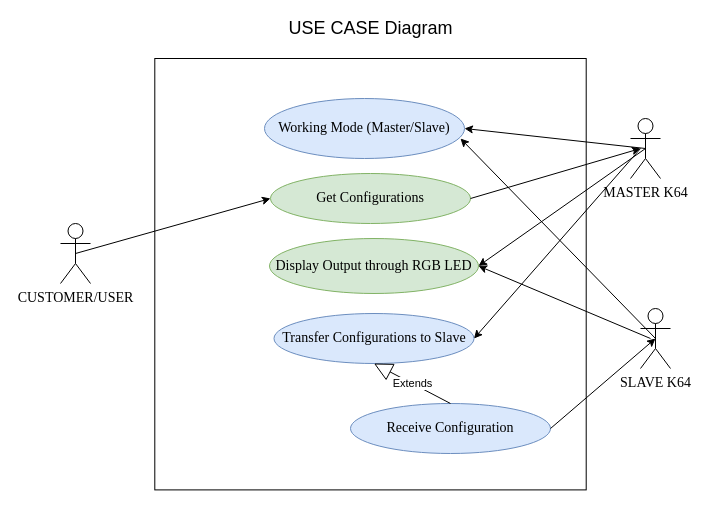
francis-job/BLOCK_DIAGRAMS keeps this draw.io diagram as LARA_usecase.drawio. Above is the earlier version. Source tidied: cells renumbered, new cells numbered last; positions are measured from the earlier drawing's top-left corner, leaving out a move shared by most shapes. Both pictures are drawn from the tidied source at 100%, with x=0, y=0 at pixel (60, 18).
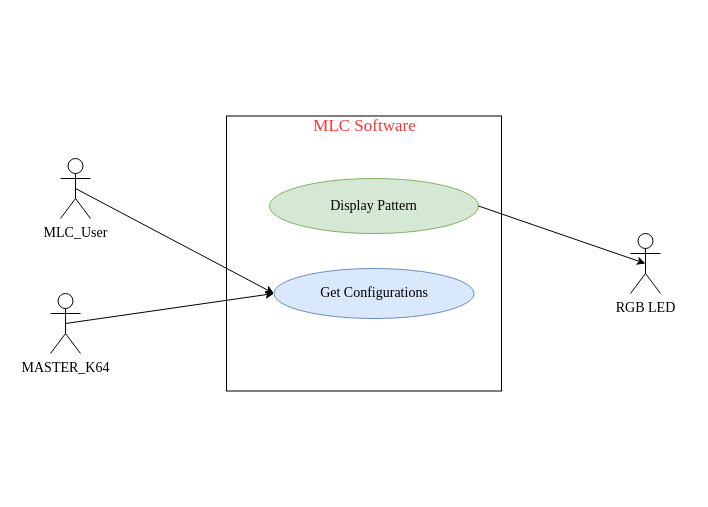
Above is the later version.

The edit, as a diff of the source:
```diff
@@
     <mxCell id="2" style="whiteSpace=wrap;html=1;" parent="1" vertex="1">
-      <mxGeometry x="94.3" y="40" width="431.4" height="431.4" as="geometry" />
+      <mxGeometry x="166" y="97.5" width="275" height="275" as="geometry" />
     </mxCell>
-    <mxCell id="3" value="&lt;font style=&quot;font-size: 14px&quot; face=&quot;Times New Roman&quot;&gt;Working Mode (Master/Slave)&lt;/font&gt;" style="ellipse;whiteSpace=wrap;html=1;fillColor=#dae8fc;strokeColor=#6c8ebf;" parent="1" vertex="1">
-      <mxGeometry x="204" y="80" width="200" height="60" as="geometry" />
-    </mxCell>
-    <mxCell id="4" value="&lt;font style=&quot;font-size: 14px&quot; face=&quot;Times New Roman&quot;&gt;Get Configurations&lt;/font&gt;" style="ellipse;whiteSpace=wrap;html=1;fillColor=#d5e8d4;strokeColor=#82b366;" parent="1" vertex="1">
-      <mxGeometry x="210" y="155" width="200" height="50" as="geometry" />
+    <mxCell id="4" value="&lt;font style=&quot;font-size: 14px&quot; face=&quot;Times New Roman&quot;&gt;Get Configurations&lt;/font&gt;" style="ellipse;whiteSpace=wrap;html=1;fillColor=#dae8fc;strokeColor=#6c8ebf;" parent="1" vertex="1">
+      <mxGeometry x="213.5" y="250" width="200" height="50" as="geometry" />
     </mxCell>
-    <mxCell id="5" value="&lt;font style=&quot;font-size: 14px&quot; face=&quot;Times New Roman&quot;&gt;Transfer Configurations to Slave&lt;/font&gt;" style="ellipse;whiteSpace=wrap;html=1;fillColor=#dae8fc;strokeColor=#6c8ebf;" parent="1" vertex="1">
-      <mxGeometry x="213.5" y="295" width="200" height="50" as="geometry" />
-    </mxCell>
-    <mxCell id="6" value="&lt;font style=&quot;font-size: 14px&quot; face=&quot;Times New Roman&quot;&gt;Display Output through RGB LED&lt;/font&gt;" style="ellipse;whiteSpace=wrap;html=1;fillColor=#d5e8d4;strokeColor=#82b366;" parent="1" vertex="1">
-      <mxGeometry x="209" y="220" width="209" height="55" as="geometry" />
+    <mxCell id="6" value="&lt;font style=&quot;font-size: 14px&quot; face=&quot;Times New Roman&quot;&gt;Display Pattern&lt;/font&gt;" style="ellipse;whiteSpace=wrap;html=1;fillColor=#d5e8d4;strokeColor=#82b366;" parent="1" vertex="1">
+      <mxGeometry x="209" y="160" width="209" height="55" as="geometry" />
     </mxCell>
-    <mxCell id="7" value="&lt;font face=&quot;Times New Roman&quot; style=&quot;font-size: 14px&quot;&gt;CUSTOMER/USER&lt;/font&gt;" style="shape=umlActor;verticalLabelPosition=bottom;verticalAlign=top;html=1;" parent="1" vertex="1">
-      <mxGeometry y="205" width="30" height="60" as="geometry" />
+    <mxCell id="7" value="&lt;font face=&quot;Times New Roman&quot;&gt;&lt;span style=&quot;font-size: 14px&quot;&gt;MLC_User&lt;/span&gt;&lt;/font&gt;" style="shape=umlActor;verticalLabelPosition=bottom;verticalAlign=top;html=1;" parent="1" vertex="1">
+      <mxGeometry y="140" width="30" height="60" as="geometry" />
     </mxCell>
-    <mxCell id="8" value="&lt;font style=&quot;font-size: 14px&quot; face=&quot;Times New Roman&quot;&gt;MASTER K64&lt;/font&gt;" style="shape=umlActor;verticalLabelPosition=bottom;verticalAlign=top;html=1;direction=east;" parent="1" vertex="1">
-      <mxGeometry x="570" y="100" width="30" height="60" as="geometry" />
+    <mxCell id="8" value="&lt;font face=&quot;Times New Roman&quot;&gt;&lt;span style=&quot;font-size: 14px&quot;&gt;RGB LED&lt;/span&gt;&lt;/font&gt;" style="shape=umlActor;verticalLabelPosition=bottom;verticalAlign=top;html=1;direction=east;" parent="1" vertex="1">
+      <mxGeometry x="570" y="215" width="30" height="60" as="geometry" />
     </mxCell>
-    <mxCell id="9" value="&lt;font face=&quot;Times New Roman&quot; style=&quot;font-size: 14px&quot;&gt;SLAVE K64&lt;/font&gt;" style="shape=umlActor;verticalLabelPosition=bottom;verticalAlign=top;html=1;" parent="1" vertex="1">
-      <mxGeometry x="580" y="290" width="30" height="60" as="geometry" />
-    </mxCell>
-    <mxCell id="10" value="&lt;font style=&quot;font-size: 18px&quot;&gt;USE CASE Diagram&lt;/font&gt;" style="text;html=1;align=center;verticalAlign=middle;" parent="1" vertex="1">
-      <mxGeometry x="220" width="180" height="20" as="geometry" />
-    </mxCell>
@@
-    <mxCell id="12" style="endArrow=classic;html=1;exitX=0.5;exitY=0.5;exitDx=0;exitDy=0;exitPerimeter=0;entryX=1;entryY=0.5;entryDx=0;entryDy=0;" parent="1" edge="1" source="8" target="3">
-      <mxGeometry relative="1" as="geometry" />
-    </mxCell>
-    <mxCell id="13" style="endArrow=classic;html=1;entryX=1;entryY=0.5;entryDx=0;entryDy=0;exitX=1;exitY=0.5;exitDx=0;exitDy=0;" parent="1" edge="1" source="4">
-      <mxGeometry relative="1" as="geometry">
-        <mxPoint x="580" y="130" as="targetPoint" />
-      </mxGeometry>
-    </mxCell>
-    <mxCell id="14" style="endArrow=classic;html=1;entryX=1;entryY=0.5;entryDx=0;entryDy=0;" parent="1" edge="1" target="5">
-      <mxGeometry relative="1" as="geometry">
-        <mxPoint x="580" y="130" as="sourcePoint" />
-      </mxGeometry>
-    </mxCell>
-    <mxCell id="15" style="endArrow=classic;html=1;exitX=0.5;exitY=0.5;exitDx=0;exitDy=0;exitPerimeter=0;entryX=0.98;entryY=0.667;entryDx=0;entryDy=0;entryPerimeter=0;" parent="1" edge="1" source="9" target="3">
-      <mxGeometry relative="1" as="geometry" />
-    </mxCell>
-    <mxCell id="16" value="&lt;font style=&quot;font-size: 14px&quot; face=&quot;Times New Roman&quot;&gt;Receive Configuration&lt;/font&gt;" style="ellipse;whiteSpace=wrap;html=1;fillColor=#dae8fc;strokeColor=#6c8ebf;" parent="1" vertex="1">
-      <mxGeometry x="290" y="385" width="200" height="50" as="geometry" />
-    </mxCell>
-    <mxCell id="17" style="endArrow=classic;html=1;exitX=1;exitY=0.5;exitDx=0;exitDy=0;entryX=0.5;entryY=0.5;entryDx=0;entryDy=0;entryPerimeter=0;" parent="1" edge="1" source="16" target="9">
-      <mxGeometry relative="1" as="geometry" />
-    </mxCell>
-    <mxCell id="18" value="Extends" style="endArrow=block;endSize=16;endFill=0;html=1;entryX=0.5;entryY=1;entryDx=0;entryDy=0;exitX=0.5;exitY=0;exitDx=0;exitDy=0;" parent="1" edge="1" source="16" target="5">
-      <mxGeometry relative="1" as="geometry" />
-    </mxCell>
-    <mxCell id="19" style="endArrow=classic;html=1;exitX=0.5;exitY=0.5;exitDx=0;exitDy=0;exitPerimeter=0;entryX=1;entryY=0.5;entryDx=0;entryDy=0;" parent="1" edge="1" source="8" target="6">
+    <mxCell id="19" style="endArrow=classic;html=1;exitX=1;exitY=0.5;exitDx=0;exitDy=0;entryX=0.5;entryY=0.5;entryDx=0;entryDy=0;entryPerimeter=0;" parent="1" edge="1" source="6" target="8">
       <mxGeometry relative="1" as="geometry" />
     </mxCell>
-    <mxCell id="20" style="endArrow=classic;html=1;entryX=1;entryY=0.5;entryDx=0;entryDy=0;" parent="1" edge="1" target="6">
-      <mxGeometry relative="1" as="geometry">
-        <mxPoint x="590" y="320" as="sourcePoint" />
-      </mxGeometry>
-    </mxCell>
+    <mxCell id="21" value="&lt;font face=&quot;Times New Roman&quot; style=&quot;font-size: 17px&quot; color=&quot;#ff3333&quot;&gt;MLC Software&lt;/font&gt;" style="text;html=1;align=center;verticalAlign=middle;" parent="1" vertex="1">
+      <mxGeometry x="243.5" y="97.5" width="120" height="20" as="geometry" />
+    </mxCell>
+    <mxCell id="22" value="&lt;font face=&quot;Times New Roman&quot;&gt;&lt;span style=&quot;font-size: 14px&quot;&gt;MASTER_K64&lt;/span&gt;&lt;/font&gt;" style="shape=umlActor;verticalLabelPosition=bottom;verticalAlign=top;html=1;" parent="1" vertex="1">
+      <mxGeometry x="-10" y="275" width="30" height="60" as="geometry" />
+    </mxCell>
+    <mxCell id="23" style="endArrow=classic;html=1;entryX=0;entryY=0.5;entryDx=0;entryDy=0;exitX=0.5;exitY=0.5;exitDx=0;exitDy=0;exitPerimeter=0;" parent="1" edge="1" source="22" target="4">
+      <mxGeometry relative="1" as="geometry" />
+    </mxCell>
```
